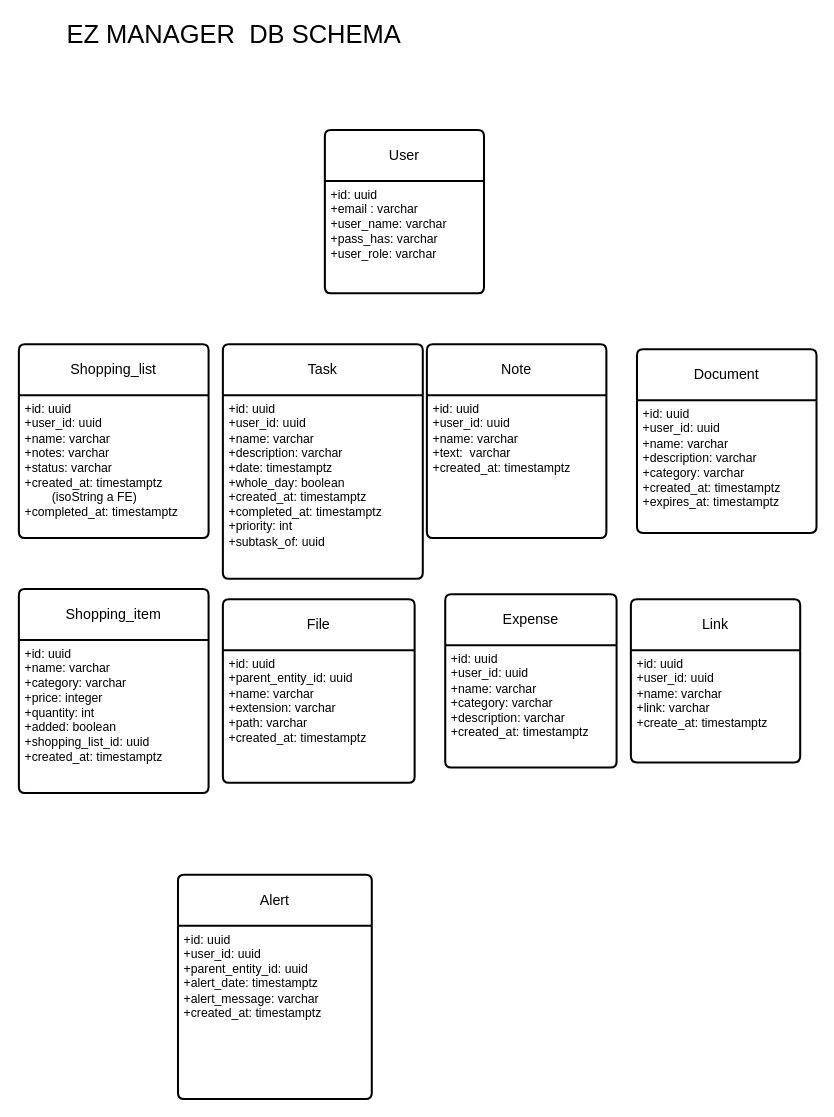
Earlier version of the draw.io diagram documentazione/database/db-schema/ez-manager-db-schema.drawio (marcogiacconedev/ez-manager). Source tidied: cells renumbered, new cells numbered last; positions are measured from the earlier drawing's top-left corner, leaving out a move shared by most shapes. Both pictures are drawn from the tidied source at 102%, with x=0, y=0 at pixel (18, 17).
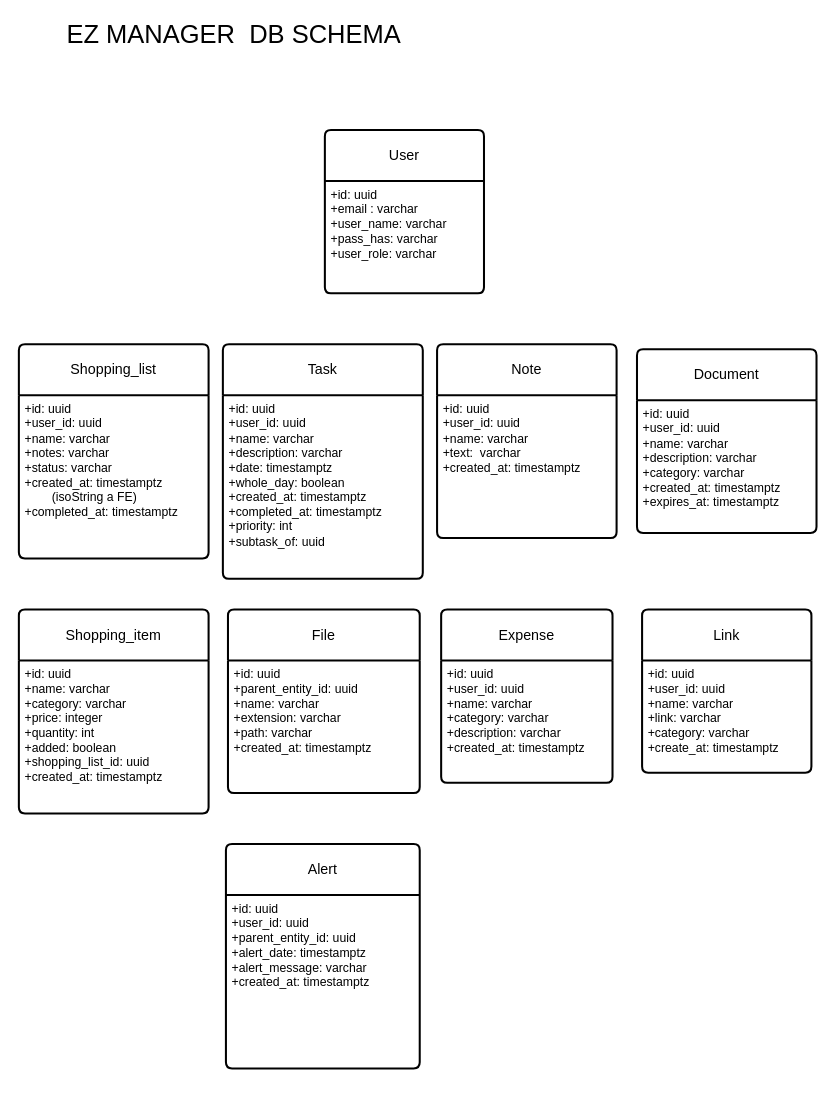
The same diagram, later.

Diff of the diagram source:
```diff
@@
     <mxCell id="6" value="Shopping_item" style="swimlane;horizontal=1;startSize=50;rounded=1;fontSize=14;fontStyle=0;strokeWidth=2;shadow=0;dashed=0;align=center;arcSize=4;whiteSpace=wrap;html=1;" parent="1" vertex="1">
-      <mxGeometry y="560" width="186" height="200" as="geometry" />
+      <mxGeometry y="580" width="186" height="200" as="geometry" />
     </mxCell>
@@
     <mxCell id="8" value="Shopping_list" style="swimlane;horizontal=1;startSize=50;rounded=1;fontSize=14;fontStyle=0;strokeWidth=2;shadow=0;dashed=0;align=center;arcSize=4;whiteSpace=wrap;html=1;" parent="1" vertex="1">
-      <mxGeometry y="320" width="186" height="190" as="geometry" />
+      <mxGeometry y="320" width="186" height="210" as="geometry" />
     </mxCell>
     <mxCell id="9" value="+id: uuid&lt;div&gt;+user_id: uuid&lt;br&gt;+name: varchar&lt;div&gt;+notes: varchar&lt;/div&gt;&lt;div&gt;+status: varchar&lt;br&gt;+created_at: timestamptz&lt;div&gt;&lt;span style=&quot;white-space: pre;&quot;&gt;&#9;&lt;/span&gt;(isoString a FE)&lt;br&gt;&lt;/div&gt;&lt;div&gt;+completed_at: timestamptz&lt;/div&gt;&lt;div&gt;&lt;br&gt;&lt;/div&gt;&lt;/div&gt;&lt;/div&gt;" style="align=left;strokeColor=none;fillColor=none;spacingLeft=4;spacingRight=4;fontSize=12;verticalAlign=top;html=1;whiteSpace=wrap;" parent="8" vertex="1">
-      <mxGeometry y="50" width="186" height="140" as="geometry" />
+      <mxGeometry y="50" width="186" height="160" as="geometry" />
     </mxCell>
     <mxCell id="10" value="Note" style="swimlane;horizontal=1;startSize=50;rounded=1;fontSize=14;fontStyle=0;strokeWidth=2;shadow=0;dashed=0;align=center;arcSize=4;whiteSpace=wrap;html=1;" parent="1" vertex="1">
-      <mxGeometry x="400" y="320" width="176" height="190" as="geometry" />
+      <mxGeometry x="410" y="320" width="176" height="190" as="geometry" />
     </mxCell>
@@
     <mxCell id="12" value="File" style="swimlane;horizontal=1;startSize=50;rounded=1;fontSize=14;fontStyle=0;strokeWidth=2;shadow=0;dashed=0;align=center;arcSize=4;whiteSpace=wrap;html=1;" parent="1" vertex="1">
-      <mxGeometry x="200" y="570" width="188" height="180" as="geometry" />
+      <mxGeometry x="205" y="580" width="188" height="180" as="geometry" />
     </mxCell>
@@
     <mxCell id="16" value="Expense" style="swimlane;horizontal=1;startSize=50;rounded=1;fontSize=14;fontStyle=0;strokeWidth=2;shadow=0;dashed=0;align=center;arcSize=4;whiteSpace=wrap;html=1;" parent="1" vertex="1">
-      <mxGeometry x="418" y="565" width="168" height="170" as="geometry" />
+      <mxGeometry x="414" y="580" width="168" height="170" as="geometry" />
     </mxCell>
@@
     <mxCell id="19" value="Alert" style="swimlane;horizontal=1;startSize=50;rounded=1;fontSize=14;fontStyle=0;strokeWidth=2;shadow=0;dashed=0;align=center;arcSize=4;whiteSpace=wrap;html=1;" parent="1" vertex="1">
-      <mxGeometry x="156" y="840" width="190" height="220" as="geometry" />
+      <mxGeometry x="203" y="810" width="190" height="220" as="geometry" />
     </mxCell>
@@
     <mxCell id="21" value="Link" style="swimlane;horizontal=1;startSize=50;rounded=1;fontSize=14;fontStyle=0;strokeWidth=2;shadow=0;dashed=0;align=center;arcSize=4;whiteSpace=wrap;html=1;" parent="1" vertex="1">
-      <mxGeometry x="600" y="570" width="166" height="160" as="geometry" />
+      <mxGeometry x="611" y="580" width="166" height="160" as="geometry" />
     </mxCell>
-    <mxCell id="22" value="+id: uuid&lt;br&gt;+user_id: uuid&lt;div&gt;+name: varchar&lt;br&gt;+link: varchar&lt;/div&gt;&lt;div&gt;+create_at: timestamptz&lt;/div&gt;" style="align=left;strokeColor=none;fillColor=none;spacingLeft=4;spacingRight=4;fontSize=12;verticalAlign=top;html=1;whiteSpace=wrap;" parent="21" vertex="1">
+    <mxCell id="22" value="+id: uuid&lt;br&gt;+user_id: uuid&lt;div&gt;+name: varchar&lt;br&gt;+link: varchar&lt;/div&gt;&lt;div&gt;+category: varchar&lt;/div&gt;&lt;div&gt;+create_at: timestamptz&lt;/div&gt;" style="align=left;strokeColor=none;fillColor=none;spacingLeft=4;spacingRight=4;fontSize=12;verticalAlign=top;html=1;whiteSpace=wrap;" parent="21" vertex="1">
       <mxGeometry y="50" width="166" height="110" as="geometry" />
     </mxCell>
```
